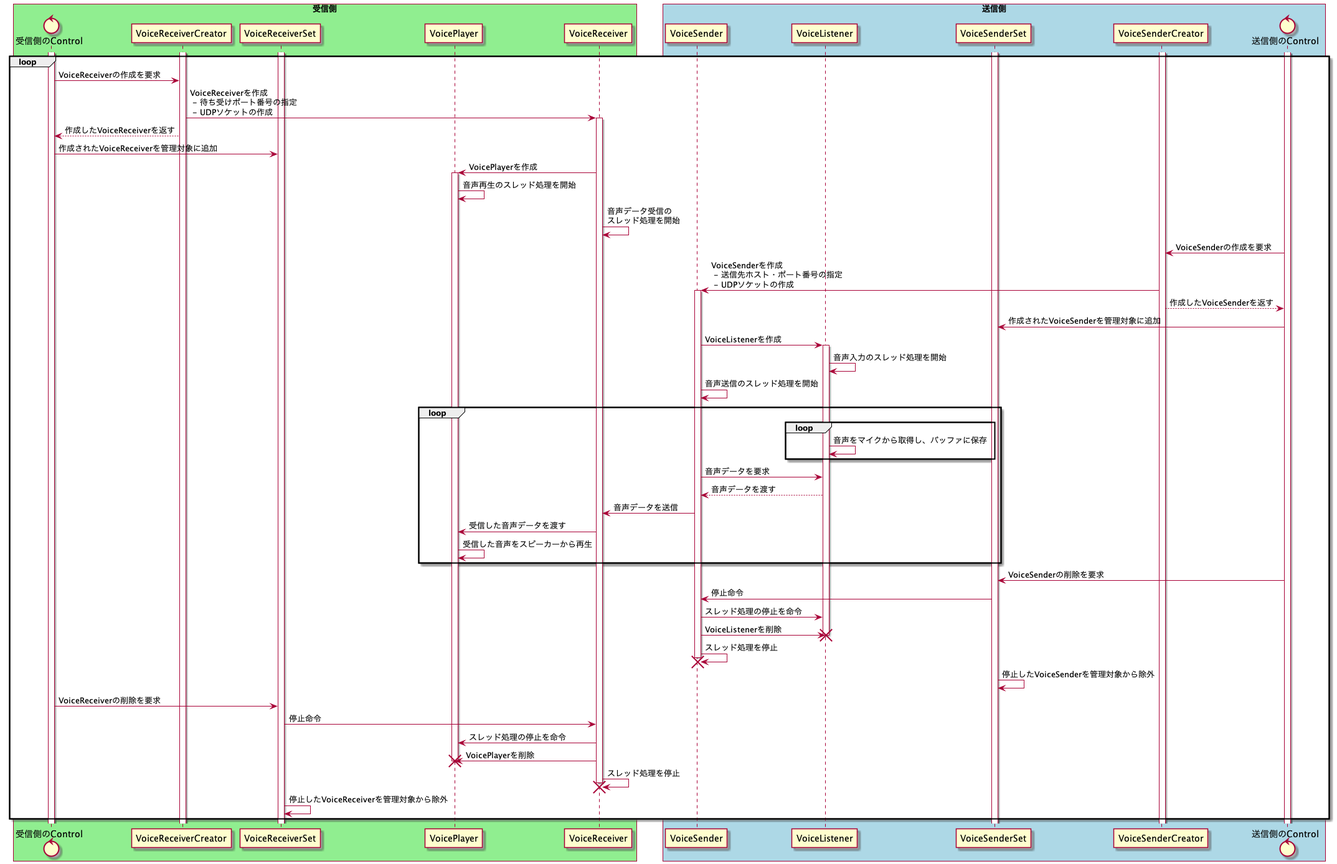
The PlantUML diagram diagram/sequence.png in TOMOFUMI-KONDO/voice-transfer, before a commit. The source it was exported from:
```plantuml
@startuml

skinparam boxPadding 20

box "受信側" #LightGreen
control 受信側のControl
participant VoiceReceiverCreator
participant VoiceReceiverSet
participant VoicePlayer
participant VoiceReceiver
end box

box "送信側" #LightBlue
participant VoiceSender
participant VoiceListener
participant VoiceSenderSet
participant VoiceSenderCreator
control 送信側のControl
end box

activate 受信側のControl
activate VoiceReceiverSet
activate VoiceReceiverCreator
activate 送信側のControl
activate VoiceSenderSet
activate VoiceSenderCreator

loop
    受信側のControl -> VoiceReceiverCreator: VoiceReceiverの作成を要求
    VoiceReceiverCreator -> VoiceReceiver: VoiceReceiverを作成\n - 待ち受けポート番号の指定\n - UDPソケットの作成
    activate VoiceReceiver
    受信側のControl <-- VoiceReceiverCreator: 作成したVoiceReceiverを返す
    受信側のControl -> VoiceReceiverSet: 作成されたVoiceReceiverを管理対象に追加
    VoiceReceiver -> VoicePlayer: VoicePlayerを作成
    activate VoicePlayer
    VoicePlayer -> VoicePlayer: 音声再生のスレッド処理を開始
    VoiceReceiver -> VoiceReceiver: 音声データ受信の\nスレッド処理を開始

    送信側のControl -> VoiceSenderCreator: VoiceSenderの作成を要求
    VoiceSenderCreator -> VoiceSender: VoiceSenderを作成\n - 送信先ホスト・ポート番号の指定 \n - UDPソケットの作成
    activate VoiceSender
    送信側のControl <-- VoiceSenderCreator: 作成したVoiceSenderを返す
    送信側のControl -> VoiceSenderSet: 作成されたVoiceSenderを管理対象に追加
    VoiceSender -> VoiceListener: VoiceListenerを作成
    activate VoiceListener
    VoiceListener -> VoiceListener: 音声入力のスレッド処理を開始
    VoiceSender -> VoiceSender: 音声送信のスレッド処理を開始

    loop
        loop
            VoiceListener -> VoiceListener: 音声をマイクから取得し、バッファに保存
        end
        VoiceSender -> VoiceListener: 音声データを要求
        VoiceSender <-- VoiceListener: 音声データを渡す
        VoiceSender -> VoiceReceiver: 音声データを送信

        VoiceReceiver -> VoicePlayer: 受信した音声データを渡す
        VoicePlayer -> VoicePlayer: 受信した音声をスピーカーから再生
    end

    送信側のControl -> VoiceSenderSet: VoiceSenderの削除を要求
    VoiceSenderSet -> VoiceSender: 停止命令
    VoiceSender -> VoiceListener: スレッド処理の停止を命令
    VoiceSender -> VoiceListener: VoiceListenerを削除
    destroy VoiceListener
    VoiceSender -> VoiceSender: スレッド処理を停止
    destroy VoiceSender
    VoiceSenderSet -> VoiceSenderSet: 停止したVoiceSenderを管理対象から除外

    受信側のControl -> VoiceReceiverSet: VoiceReceiverの削除を要求
    VoiceReceiverSet -> VoiceReceiver: 停止命令
    VoiceReceiver -> VoicePlayer: スレッド処理の停止を命令
    VoiceReceiver -> VoicePlayer: VoicePlayerを削除
    destroy VoicePlayer
    VoiceReceiver -> VoiceReceiver: スレッド処理を停止
    destroy VoiceReceiver
    VoiceReceiverSet -> VoiceReceiverSet: 停止したVoiceReceiverを管理対象から除外
end

@enduml
```
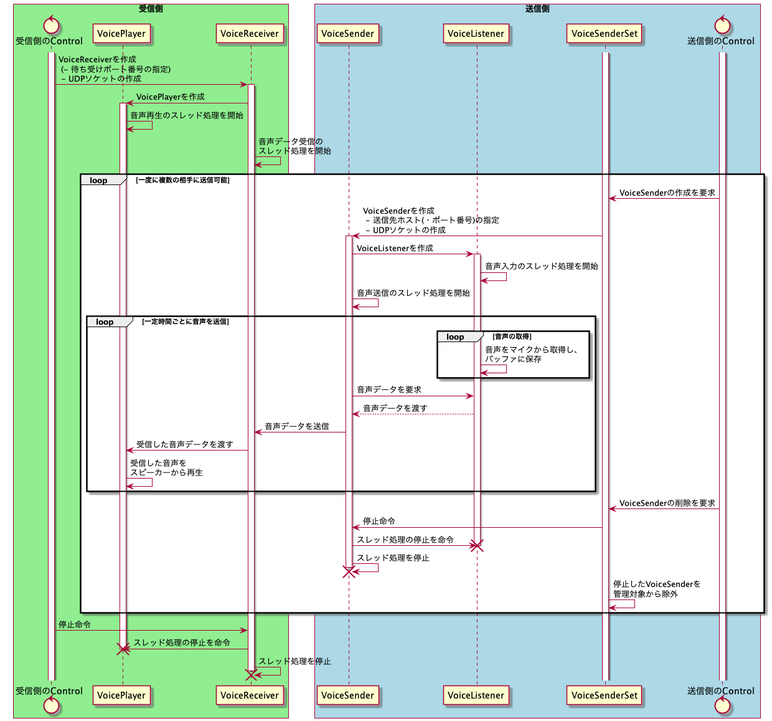
After the commit.

Change to the diagram source:
```diff
@@ -4,8 +4,6 @@
 
 box "受信側" #LightGreen
 control 受信側のControl
-participant VoiceReceiverCreator
-participant VoiceReceiverSet
 participant VoicePlayer
 participant VoiceReceiver
 end box
@@ -14,67 +12,55 @@
 participant VoiceSender
 participant VoiceListener
 participant VoiceSenderSet
-participant VoiceSenderCreator
 control 送信側のControl
 end box
 
 activate 受信側のControl
-activate VoiceReceiverSet
-activate VoiceReceiverCreator
 activate 送信側のControl
 activate VoiceSenderSet
-activate VoiceSenderCreator
 
-loop
-    受信側のControl -> VoiceReceiverCreator: VoiceReceiverの作成を要求
-    VoiceReceiverCreator -> VoiceReceiver: VoiceReceiverを作成\n - 待ち受けポート番号の指定\n - UDPソケットの作成
-    activate VoiceReceiver
-    受信側のControl <-- VoiceReceiverCreator: 作成したVoiceReceiverを返す
-    受信側のControl -> VoiceReceiverSet: 作成されたVoiceReceiverを管理対象に追加
-    VoiceReceiver -> VoicePlayer: VoicePlayerを作成
-    activate VoicePlayer
-    VoicePlayer -> VoicePlayer: 音声再生のスレッド処理を開始
-    VoiceReceiver -> VoiceReceiver: 音声データ受信の\nスレッド処理を開始
+受信側のControl -> VoiceReceiver: VoiceReceiverを作成\n (- 待ち受けポート番号の指定)\n - UDPソケットの作成
+activate VoiceReceiver
+VoiceReceiver -> VoicePlayer: VoicePlayerを作成
+activate VoicePlayer
+VoicePlayer -> VoicePlayer: 音声再生のスレッド処理を開始
+VoiceReceiver -> VoiceReceiver: 音声データ受信の\nスレッド処理を開始
 
-    送信側のControl -> VoiceSenderCreator: VoiceSenderの作成を要求
-    VoiceSenderCreator -> VoiceSender: VoiceSenderを作成\n - 送信先ホスト・ポート番号の指定 \n - UDPソケットの作成
+loop 一度に複数の相手に送信可能
+    送信側のControl -> VoiceSenderSet: VoiceSenderの作成を要求
+    VoiceSenderSet -> VoiceSender: VoiceSenderを作成\n - 送信先ホスト(・ポート番号)の指定 \n - UDPソケットの作成
     activate VoiceSender
-    送信側のControl <-- VoiceSenderCreator: 作成したVoiceSenderを返す
-    送信側のControl -> VoiceSenderSet: 作成されたVoiceSenderを管理対象に追加
     VoiceSender -> VoiceListener: VoiceListenerを作成
     activate VoiceListener
     VoiceListener -> VoiceListener: 音声入力のスレッド処理を開始
     VoiceSender -> VoiceSender: 音声送信のスレッド処理を開始
 
-    loop
-        loop
-            VoiceListener -> VoiceListener: 音声をマイクから取得し、バッファに保存
+    loop 一定時間ごとに音声を送信
+        loop 音声の取得
+            VoiceListener -> VoiceListener: 音声をマイクから取得し、\nバッファに保存
         end
+
         VoiceSender -> VoiceListener: 音声データを要求
         VoiceSender <-- VoiceListener: 音声データを渡す
         VoiceSender -> VoiceReceiver: 音声データを送信
 
         VoiceReceiver -> VoicePlayer: 受信した音声データを渡す
-        VoicePlayer -> VoicePlayer: 受信した音声をスピーカーから再生
+        VoicePlayer -> VoicePlayer: 受信した音声を\nスピーカーから再生
     end
 
     送信側のControl -> VoiceSenderSet: VoiceSenderの削除を要求
     VoiceSenderSet -> VoiceSender: 停止命令
     VoiceSender -> VoiceListener: スレッド処理の停止を命令
-    VoiceSender -> VoiceListener: VoiceListenerを削除
     destroy VoiceListener
     VoiceSender -> VoiceSender: スレッド処理を停止
     destroy VoiceSender
-    VoiceSenderSet -> VoiceSenderSet: 停止したVoiceSenderを管理対象から除外
-
-    受信側のControl -> VoiceReceiverSet: VoiceReceiverの削除を要求
-    VoiceReceiverSet -> VoiceReceiver: 停止命令
-    VoiceReceiver -> VoicePlayer: スレッド処理の停止を命令
-    VoiceReceiver -> VoicePlayer: VoicePlayerを削除
-    destroy VoicePlayer
-    VoiceReceiver -> VoiceReceiver: スレッド処理を停止
-    destroy VoiceReceiver
-    VoiceReceiverSet -> VoiceReceiverSet: 停止したVoiceReceiverを管理対象から除外
+    VoiceSenderSet -> VoiceSenderSet: 停止したVoiceSenderを\n管理対象から除外
 end
 
+受信側のControl -> VoiceReceiver: 停止命令
+VoiceReceiver -> VoicePlayer: スレッド処理の停止を命令
+destroy VoicePlayer
+VoiceReceiver -> VoiceReceiver: スレッド処理を停止
+destroy VoiceReceiver
+
 @enduml
```
